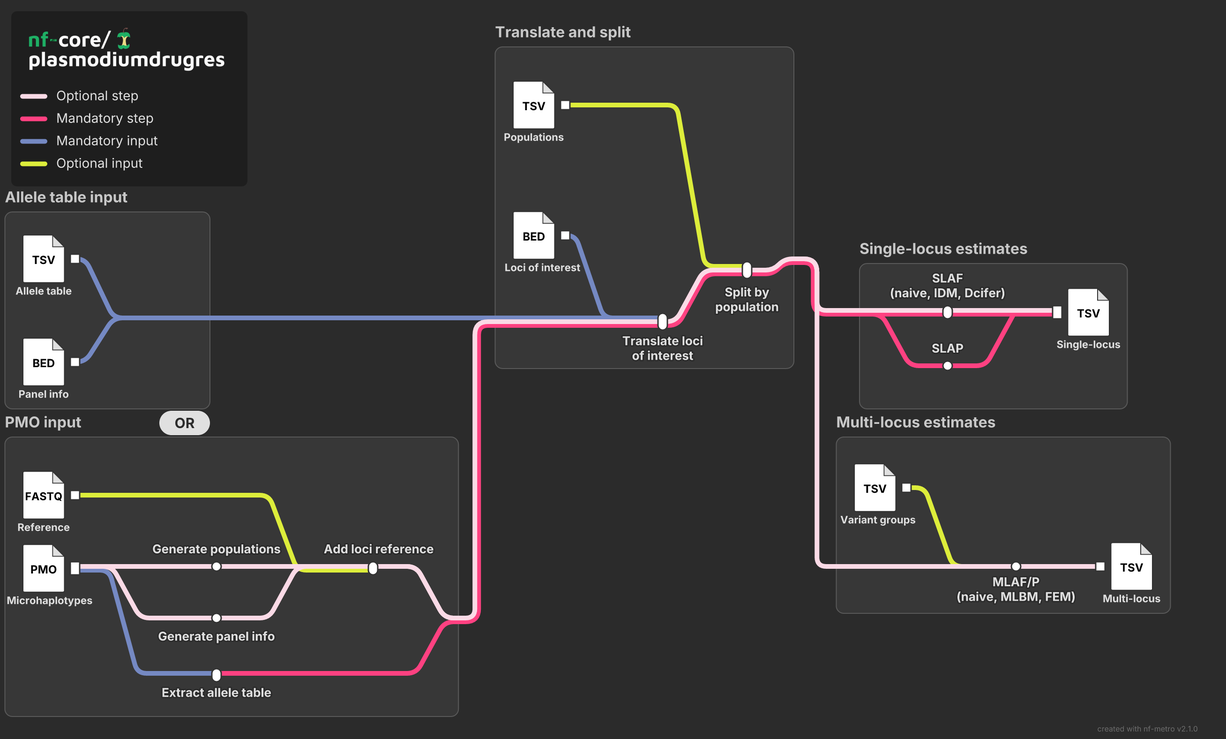
This is assets/plasmodiumdrugres_metromap.png from PlasmoGenEpi/plasmodiumdrugres, a Mermaid export, as it was before one commit. Its source is kept beside it as assets/plasmodiumdrugres_metromap.mmd.
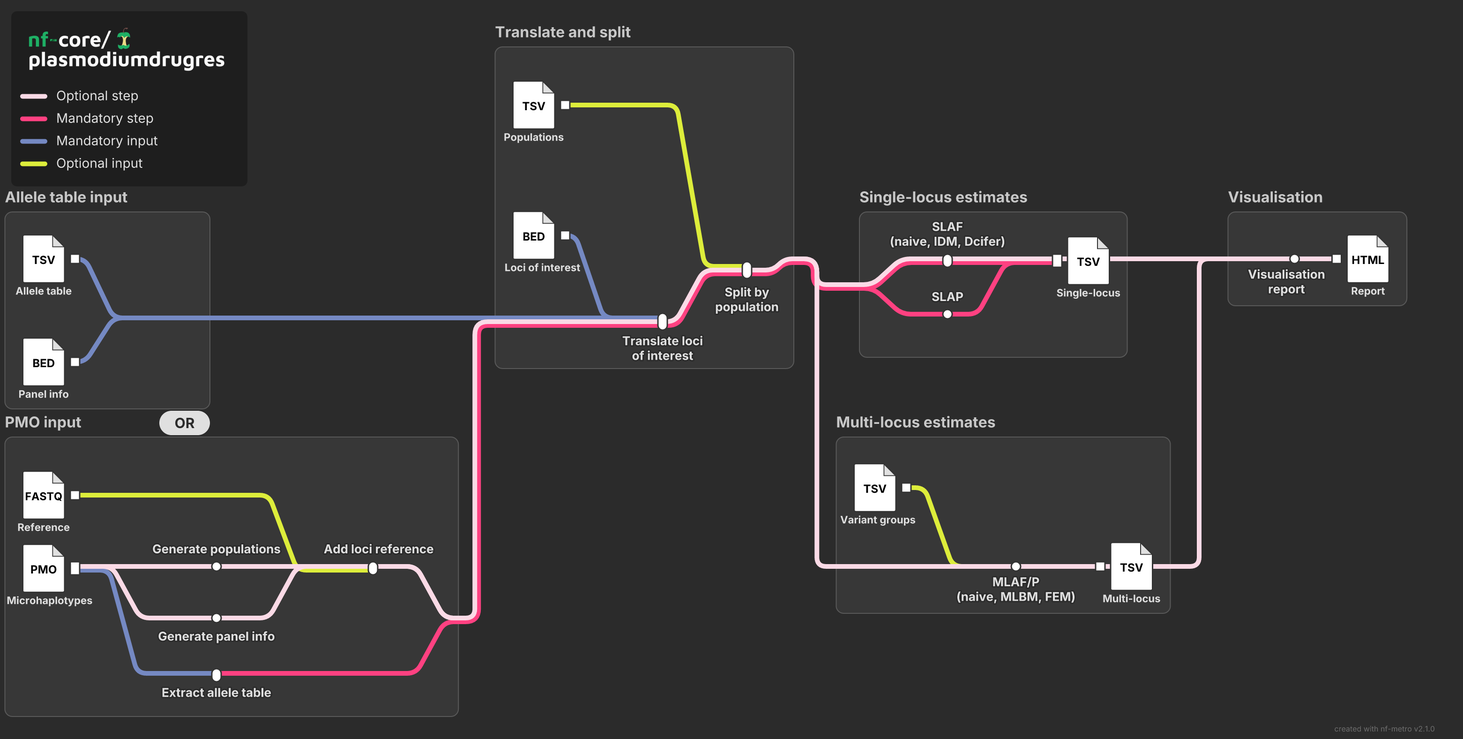
The same diagram one commit later.

Commit message:
Add report to workflow diagram

Diff of the diagram source:
```diff
@@ -54,6 +54,12 @@
         _mlaf_out -->|opt| multi_out
     end
 
+    subgraph vis [Visualisation]
+        report[Visualisation\nreport]
+        report_out[ ]
+        report -->|opt| report_out
+    end
+
     extract -->|step| translate
     gen_pop -->|opt| translate
     add_ref -->|opt| translate
@@ -61,3 +67,5 @@
     split -->|step,opt| slaf
     split -->|step| slap
     split -->|opt| _mlaf
+    single_out -->|opt| report
+    multi_out -->|opt| report
```
